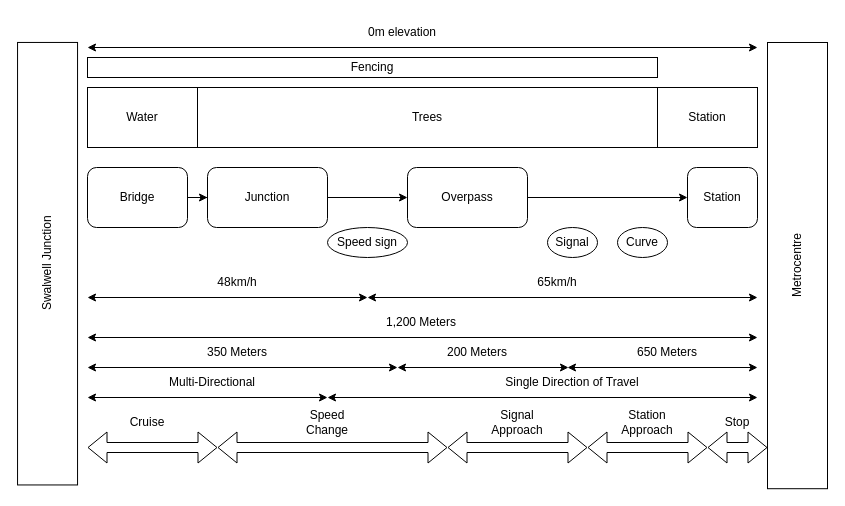
The draw.io diagram Step 1/ODM1.drawio in TortoiseFather/SACRED, before the edit. Source tidied: cells renumbered, new cells numbered last; positions are measured from the earlier drawing's top-left corner, leaving out a move shared by most shapes. Both pictures are drawn from the tidied source at 100%, with x=0, y=0 at pixel (-174, 17).
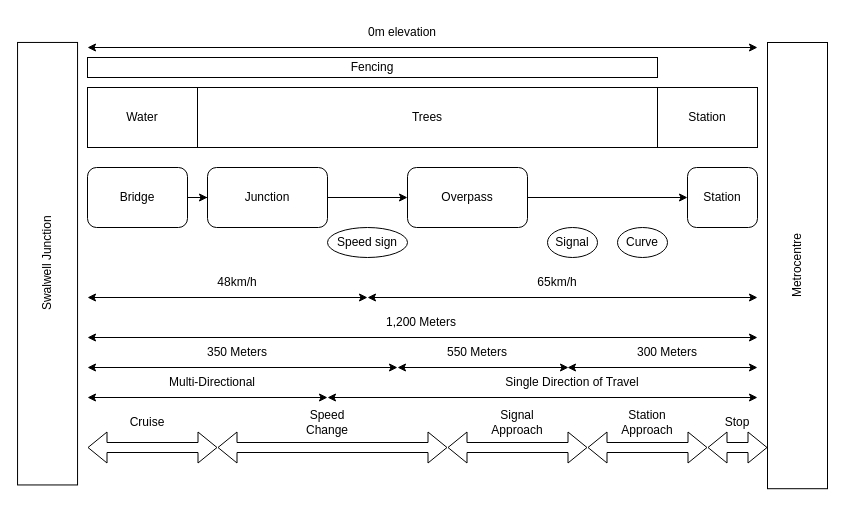
After the change.

Change to the diagram source:
```diff
@@
-    <mxCell id="29" value="650 Meters" style="text;html=1;whiteSpace=wrap;strokeColor=none;fillColor=none;align=center;verticalAlign=middle;rounded=0;" parent="1" vertex="1">
+    <mxCell id="29" value="300 Meters" style="text;html=1;whiteSpace=wrap;strokeColor=none;fillColor=none;align=center;verticalAlign=middle;rounded=0;" parent="1" vertex="1">
       <mxGeometry x="801" y="320" width="80" height="30" as="geometry" />
     </mxCell>
@@
-    <mxCell id="31" value="200 Meters" style="text;html=1;whiteSpace=wrap;strokeColor=none;fillColor=none;align=center;verticalAlign=middle;rounded=0;" parent="1" vertex="1">
+    <mxCell id="31" value="550 Meters" style="text;html=1;whiteSpace=wrap;strokeColor=none;fillColor=none;align=center;verticalAlign=middle;rounded=0;" parent="1" vertex="1">
       <mxGeometry x="611" y="320" width="80" height="30" as="geometry" />
     </mxCell>
```
